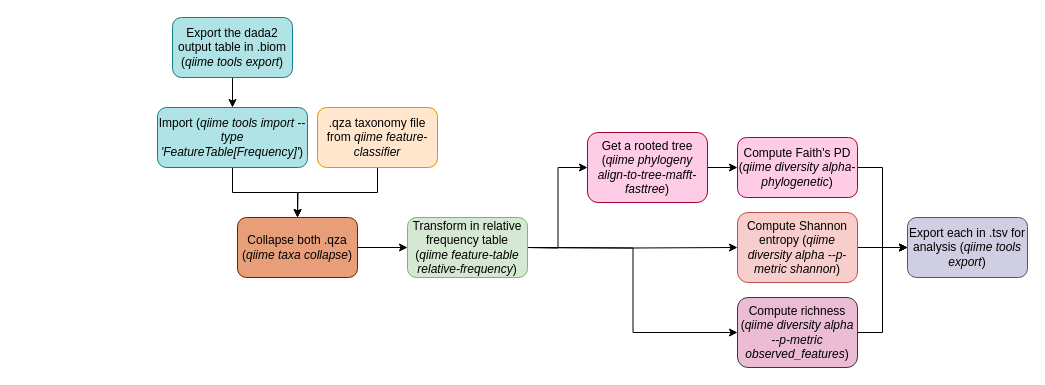
Above: Diversity.drawio in Sarani-NS/Sarani-NS (draw.io), before the change. Source tidied: cells renumbered, new cells numbered last; positions are measured from the earlier drawing's top-left corner, leaving out a move shared by most shapes. Both pictures are drawn from the tidied source at 100%, with x=0, y=0 at pixel (157, 17).
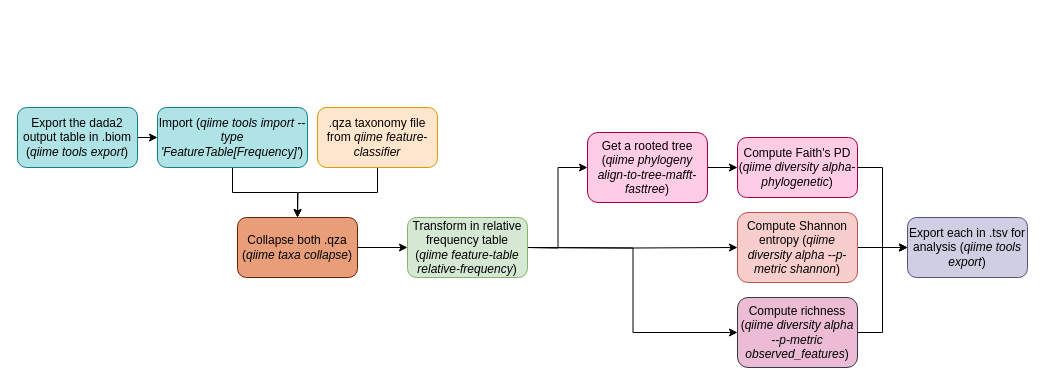
The same page after the edit.

Commit message (it also covers changes not shown here):
Mettre à jour Diversity.drawio

Unchanged cells that the change refers to:
```xml
<mxCell id="17" value="Import (&lt;i&gt;qiime tools import --type 'FeatureTable[Frequency]'&lt;/i&gt;)" style="rounded=1;whiteSpace=wrap;html=1;fillColor=#b0e3e6;strokeColor=#0e8088;" parent="1" vertex="1">
  <mxGeometry y="90" width="150" height="60" as="geometry" />
</mxCell>
```

Change to the diagram source:
```diff
@@
-    <mxCell id="14" style="edgeStyle=orthogonalEdgeStyle;rounded=0;jettySize=auto;html=1;exitX=0.5;exitY=1;exitDx=0;exitDy=0;entryX=0.5;entryY=0;entryDx=0;entryDy=0;" parent="1" edge="1" source="15" target="17">
+    <mxCell id="14" style="edgeStyle=orthogonalEdgeStyle;rounded=0;jettySize=auto;html=1;exitX=1;exitY=0.5;exitDx=0;exitDy=0;entryX=0;entryY=0.5;entryDx=0;entryDy=0;" parent="1" edge="1" source="15" target="17">
       <mxGeometry relative="1" as="geometry" />
     </mxCell>
     <mxCell id="15" value="Export the dada2 output table in .biom (&lt;i&gt;qiime tools export&lt;/i&gt;)" style="rounded=1;whiteSpace=wrap;html=1;fillColor=#b0e3e6;strokeColor=#0e8088;" parent="1" vertex="1">
-      <mxGeometry x="15" width="120" height="60" as="geometry" />
+      <mxGeometry x="-140" y="90" width="120" height="60" as="geometry" />
     </mxCell>
```
